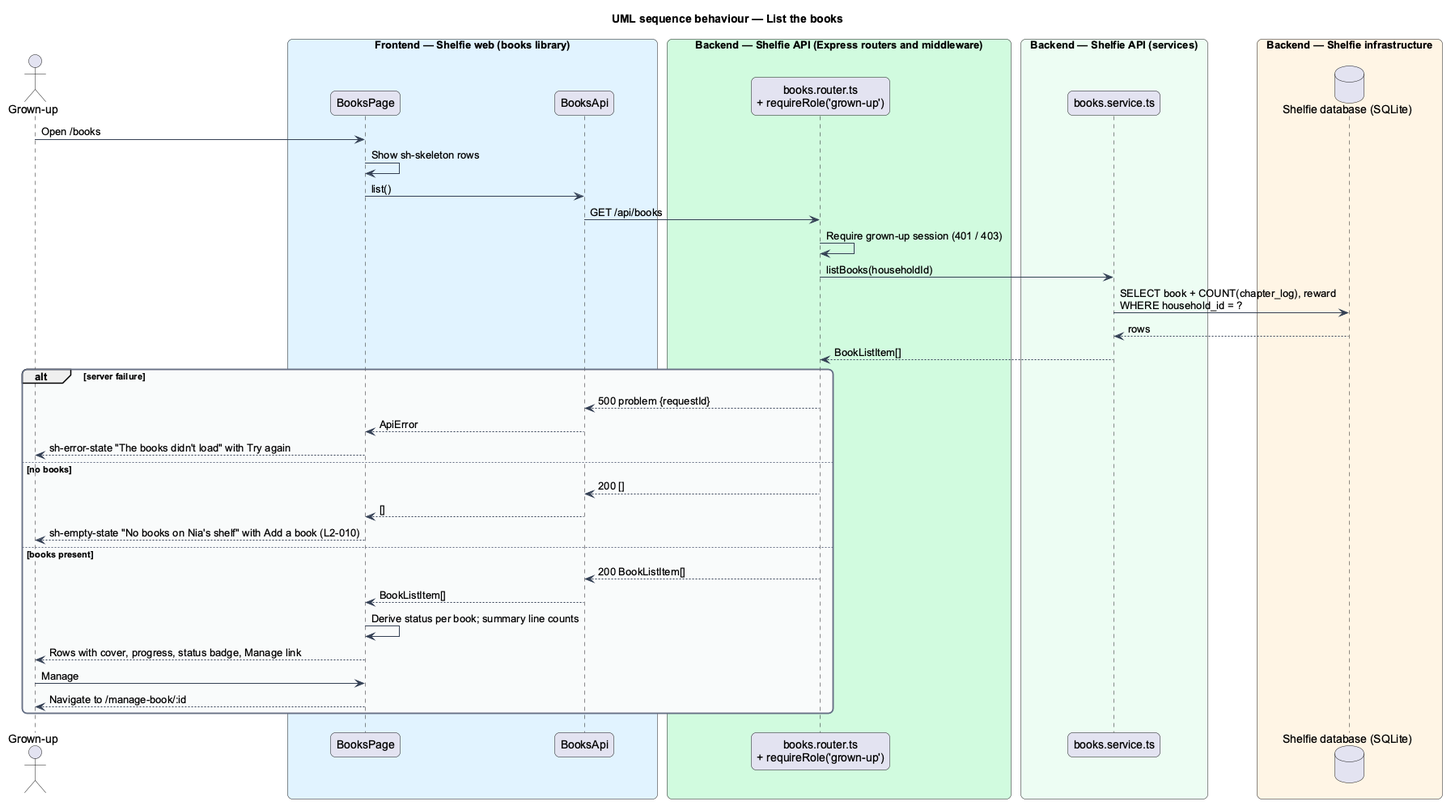
Above: docs/detailed-designs/books/manage-book/diagrams/sequence-list-books.png in QuinntyneBrown/shelfie (PlantUML), before the change. The source it was exported from:
```plantuml
@startuml
title UML sequence behaviour — List the books
skinparam backgroundColor #FFFFFF
skinparam shadowing false
skinparam roundcorner 12
skinparam defaultFontName Arial
skinparam ArrowColor #344054
skinparam rectangle {
  BorderColor #344054
  FontColor #101828
}
skinparam package {
  BorderColor #667085
  FontColor #101828
  BackgroundColor #F9FAFB
}
actor "Grown-up" as grownUp
box "Frontend — Shelfie web (books library)" #E0F2FE
  participant "BooksPage" as page
  participant "BooksApi" as client
end box
box "Backend — Shelfie API (Express routers and middleware)" #D1FADF
  participant "books.router.ts\n+ requireRole('grown-up')" as router
end box
box "Backend — Shelfie API (services)" #ECFDF3
  participant "books.service.ts" as service
end box
box "Backend — Shelfie infrastructure" #FFF4E5
  database "Shelfie database (SQLite)" as db
end box

grownUp -> page : Open /books
page -> page : Show sh-skeleton rows
page -> client : list()
client -> router : GET /api/books
router -> router : Require grown-up session (401 / 403)
router -> service : listBooks(householdId)
service -> db : SELECT book + COUNT(chapter_log), reward\nWHERE household_id = ?
db --> service : rows
service --> router : BookListItem[]
alt server failure
  router --> client : 500 problem {requestId}
  client --> page : ApiError
  page --> grownUp : sh-error-state "The books didn't load" with Try again
else no books
  router --> client : 200 []
  client --> page : []
  page --> grownUp : sh-empty-state "No books on Nia's shelf" with Add a book (L2-010)
else books present
  router --> client : 200 BookListItem[]
  client --> page : BookListItem[]
  page -> page : Derive status per book; summary line counts
  page --> grownUp : Rows with cover, progress, status badge, Manage link
  grownUp -> page : Manage
  page --> grownUp : Navigate to /manage-book/:id
end
@enduml
```
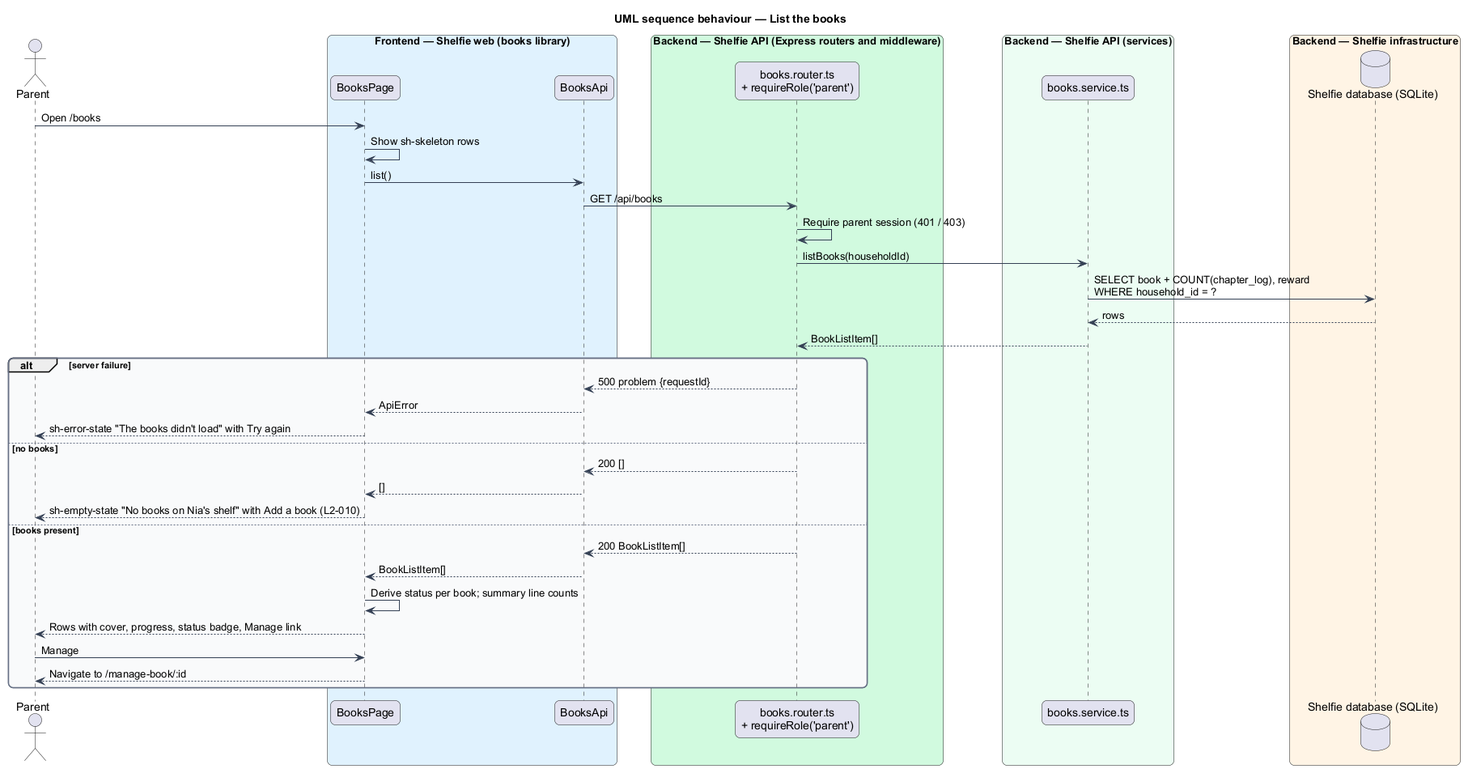
After the commit.

Diff of the diagram source:
```diff
@@ -14,13 +14,13 @@
   FontColor #101828
   BackgroundColor #F9FAFB
 }
-actor "Grown-up" as grownUp
+actor "Parent" as grownUp
 box "Frontend — Shelfie web (books library)" #E0F2FE
   participant "BooksPage" as page
   participant "BooksApi" as client
 end box
 box "Backend — Shelfie API (Express routers and middleware)" #D1FADF
-  participant "books.router.ts\n+ requireRole('grown-up')" as router
+  participant "books.router.ts\n+ requireRole('parent')" as router
 end box
 box "Backend — Shelfie API (services)" #ECFDF3
   participant "books.service.ts" as service
@@ -33,7 +33,7 @@
 page -> page : Show sh-skeleton rows
 page -> client : list()
 client -> router : GET /api/books
-router -> router : Require grown-up session (401 / 403)
+router -> router : Require parent session (401 / 403)
 router -> service : listBooks(householdId)
 service -> db : SELECT book + COUNT(chapter_log), reward\nWHERE household_id = ?
 db --> service : rows
```
